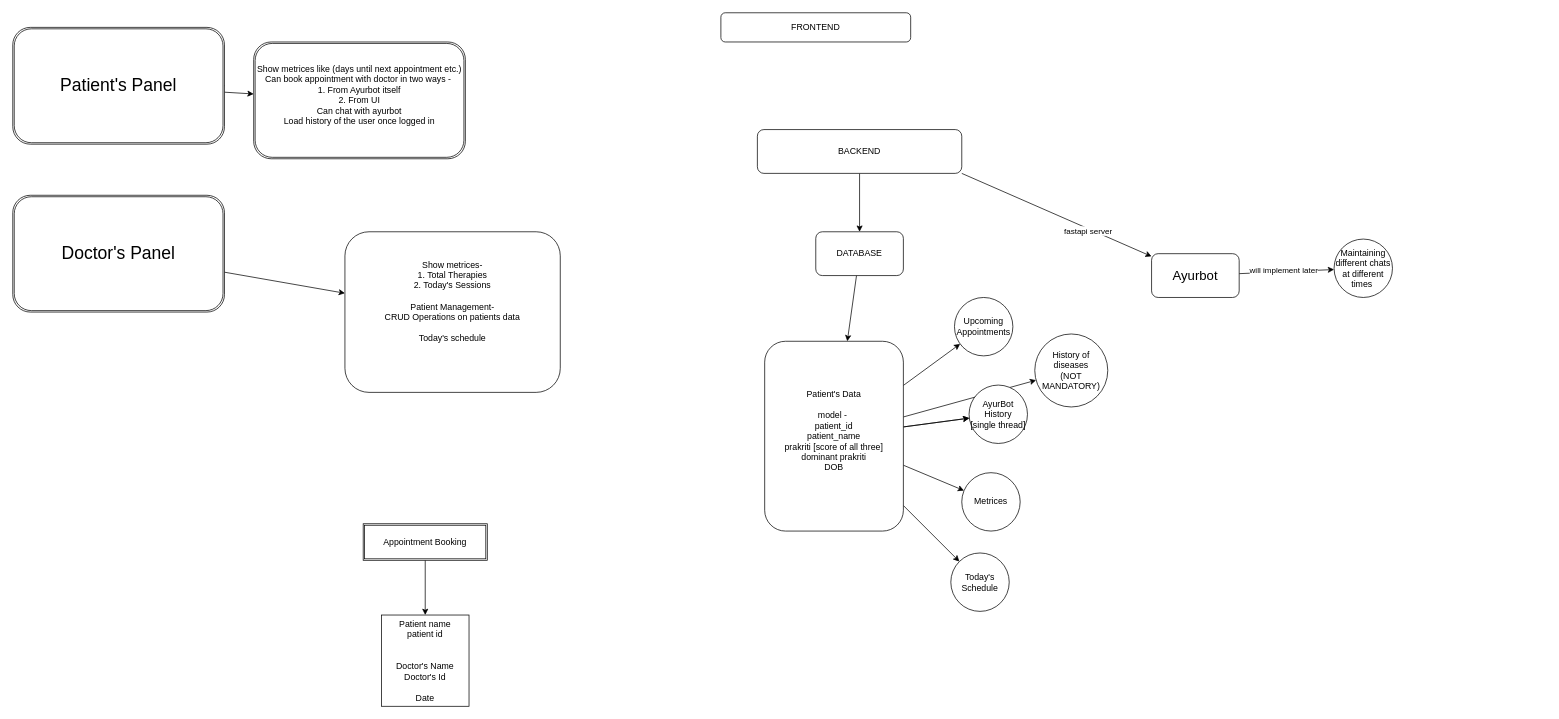
Earlier version of the draw.io diagram plans.drawio (code-cerebrum0/MiniP). Source tidied: cells renumbered, new cells numbered last; positions are measured from the earlier drawing's top-left corner, leaving out a move shared by most shapes. Both pictures are drawn from the tidied source at 73%, with x=0, y=0 at pixel (12, 12).
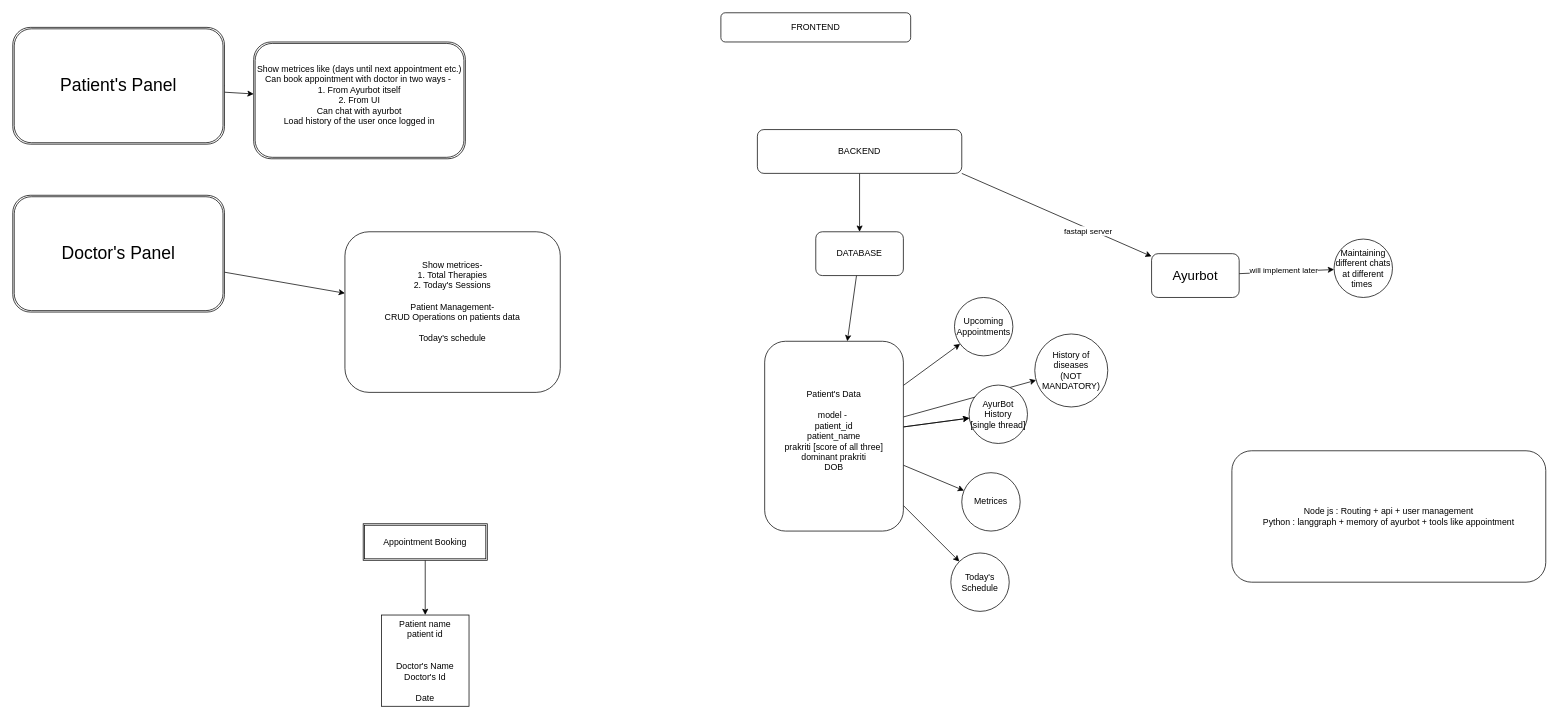
The same diagram, later.

Diff of the diagram source:
```diff
@@
+    <mxCell id="35" value="Node js : Routing + api + user management&lt;div&gt;Python : langgraph + memory of ayurbot + tools like appointment&lt;/div&gt;" style="rounded=1;whiteSpace=wrap;html=1;" parent="1" vertex="1">
+      <mxGeometry x="1670" y="600" width="430" height="180" as="geometry" />
+    </mxCell>
```
